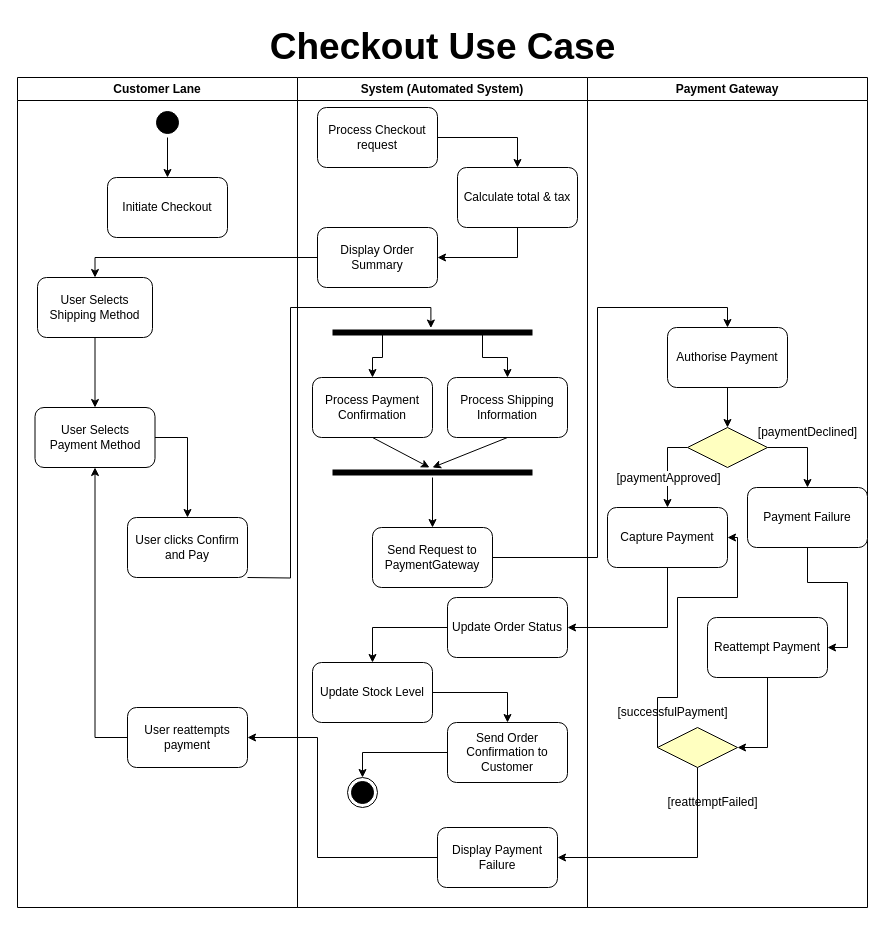
The draw.io diagram ebay-1.drawio in AhmedElamari/Software-design-saved, before the edit. Source tidied: cells renumbered, new cells numbered last; positions are measured from the earlier drawing's top-left corner, leaving out a move shared by most shapes. Both pictures are drawn from the tidied source at 100%, with x=0, y=0 at pixel (17, 17).
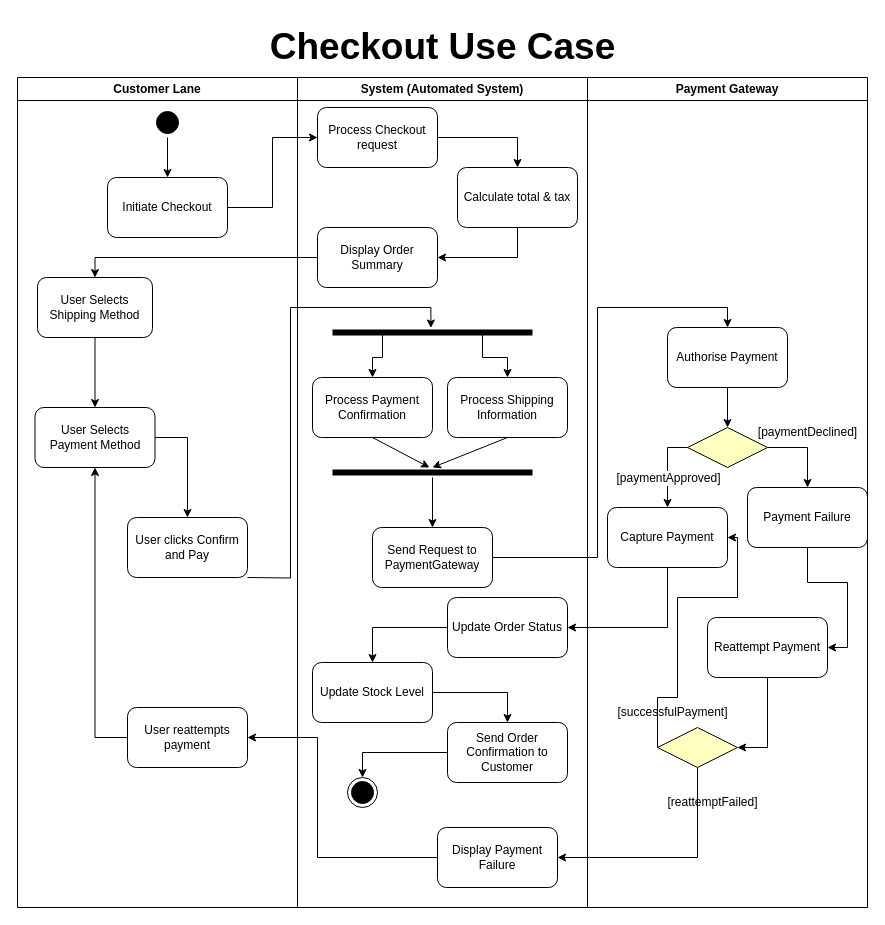
Above is the later version.

Unchanged cells that the change refers to:
```xml
<mxCell id="12" value="Initiate Checkout" style="rounded=1;whiteSpace=wrap;html=1;" parent="2" vertex="1">
  <mxGeometry x="90" y="100" width="120" height="60" as="geometry" />
</mxCell>
<mxCell id="37" value="Process Checkout request" style="rounded=1;whiteSpace=wrap;html=1;" parent="13" vertex="1">
  <mxGeometry x="20" y="30" width="120" height="60" as="geometry" />
</mxCell>
```

The edit, as a diff of the source:
```diff
@@
+    <mxCell id="61" style="edgeStyle=orthogonalEdgeStyle;rounded=0;jettySize=auto;html=1;exitX=1;exitY=0.5;exitDx=0;exitDy=0;entryX=0;entryY=0.5;entryDx=0;entryDy=0;" parent="1" edge="1" source="12" target="37">
+      <mxGeometry relative="1" as="geometry" />
+    </mxCell>
```
